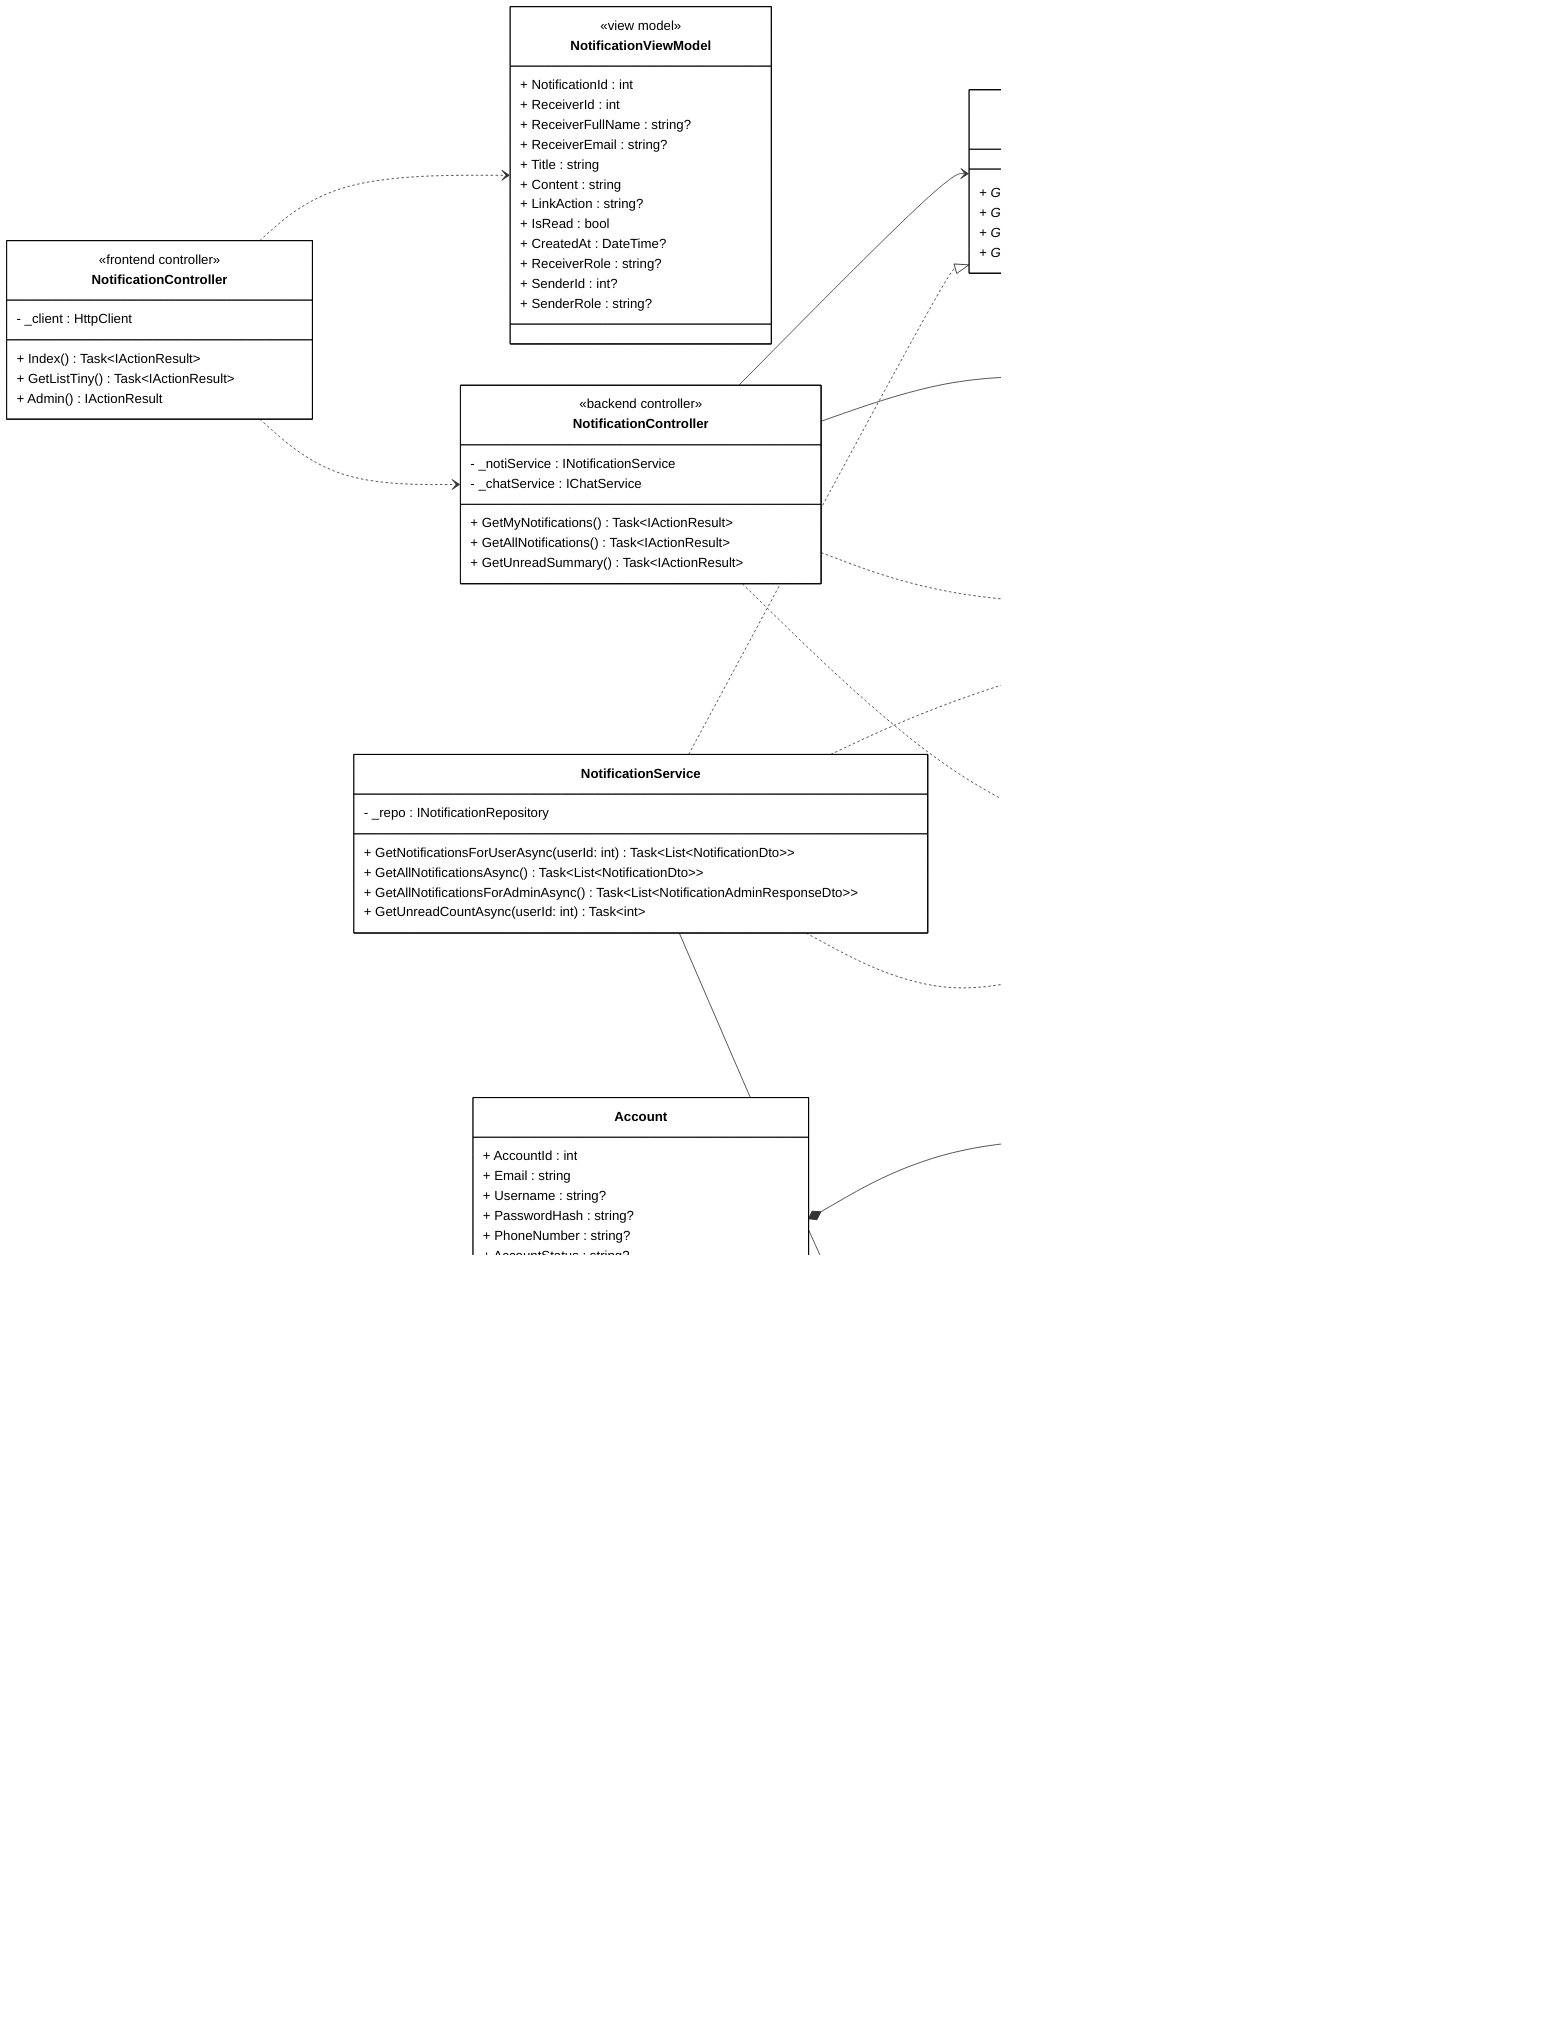
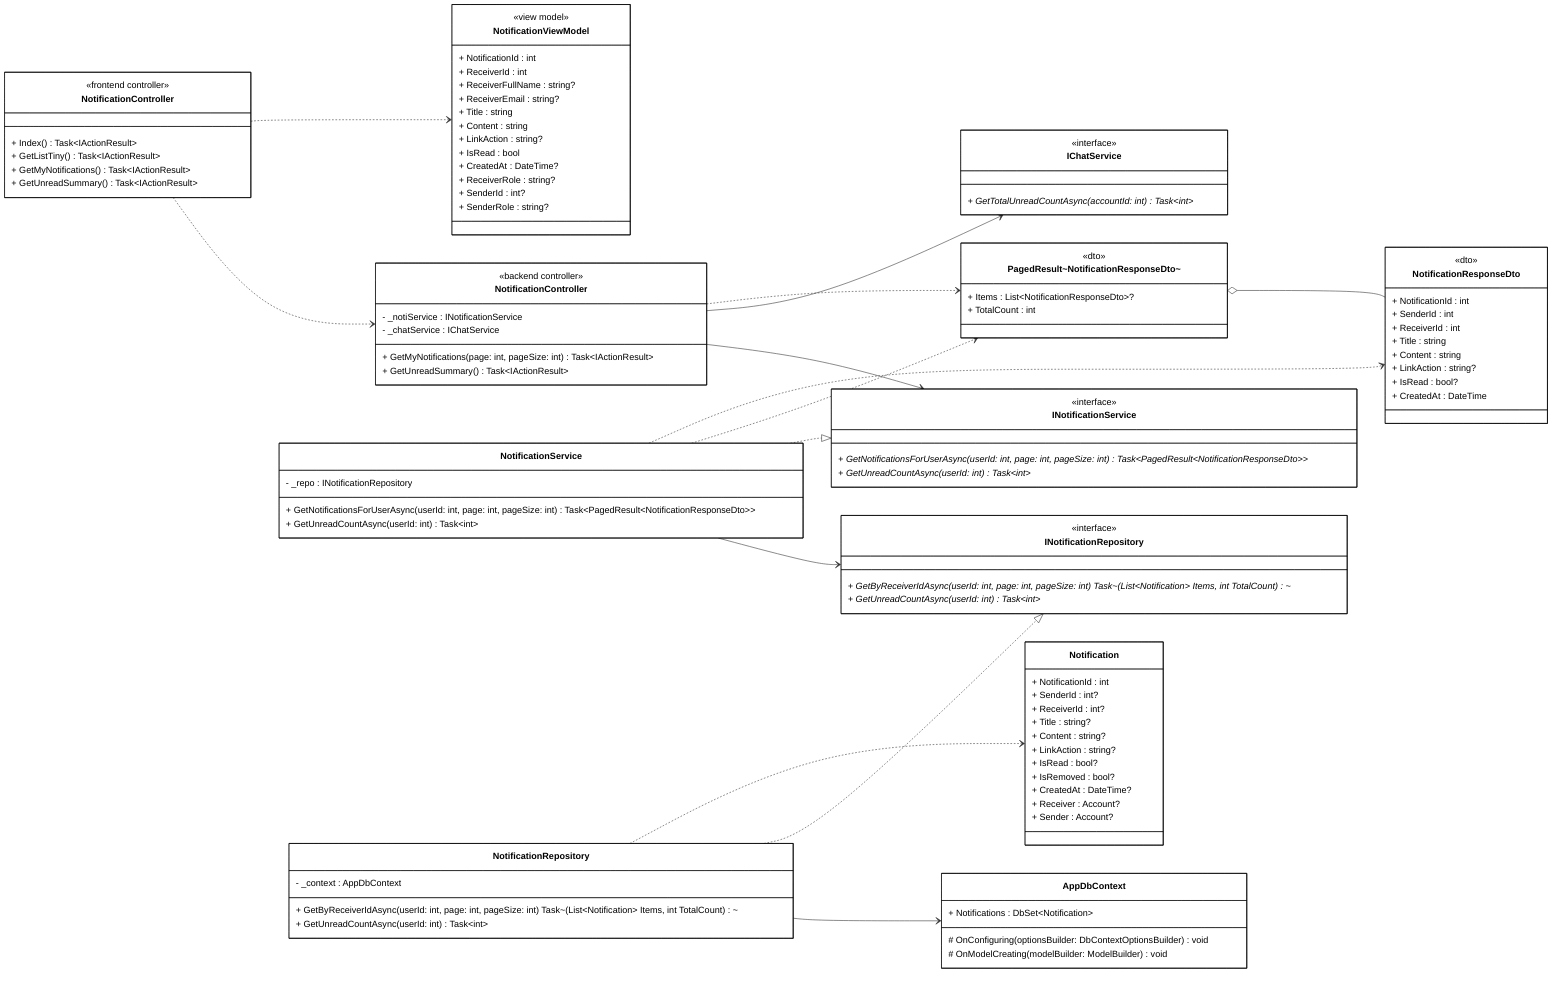
classDiagram
direction LR

%% ==================== FRONTEND ====================

class FrontendController["NotificationController"] {
    <<frontend controller>>
-     - _client : HttpClient
    + Index() Task~IActionResult~
    + GetListTiny() Task~IActionResult~
-     + Admin() IActionResult
+     + GetMyNotifications() Task~IActionResult~
+     + GetUnreadSummary() Task~IActionResult~
}

class NotificationViewModel {
    <<view model>>
    + NotificationId : int
    + ReceiverId : int
    + ReceiverFullName : string?
    + ReceiverEmail : string?
    + Title : string
    + Content : string
    + LinkAction : string?
    + IsRead : bool
    + CreatedAt : DateTime?
    + ReceiverRole : string?
    + SenderId : int?
    + SenderRole : string?
}

%% ==================== BACKEND - CONTROLLER ====================

class BackendController["NotificationController"] {
    <<backend controller>>
    - _notiService : INotificationService
    - _chatService : IChatService
-     + GetMyNotifications() Task~IActionResult~
-     + GetAllNotifications() Task~IActionResult~
+ 
+     + GetMyNotifications(page: int, pageSize: int) Task~IActionResult~
    + GetUnreadSummary() Task~IActionResult~
}

%% ==================== BACKEND - DTOs ====================

- class NotificationDto {
+ class NotificationResponseDto {
    <<dto>>
    + NotificationId : int
-     + SenderId : int?
-     + ReceiverId : int?
-     + Title : string?
-     + Content : string?
+     + SenderId : int
+     + ReceiverId : int
+     + Title : string
+     + Content : string
    + LinkAction : string?
    + IsRead : bool?
-     + CreatedAt : DateTime?
+     + CreatedAt : DateTime
}

- class NotificationAdminResponseDto {
+ class PagedResultNotificationResponseDto["PagedResult~NotificationResponseDto~"] {
    <<dto>>
-     + NotificationId : int
-     + Title : string?
-     + Content : string?
-     + IsRead : bool?
-     + CreatedAt : DateTime?
-     + ReceiverEmail : string?
-     + ReceiverFullName : string?
+     + Items : List~NotificationResponseDto~?
+     + TotalCount : int
}

%% ==================== BACKEND - DOMAIN ENTITIES ====================

class Notification {
    + NotificationId : int
    + SenderId : int?
    + ReceiverId : int?
    + Title : string?
    + Content : string?
    + LinkAction : string?
    + IsRead : bool?
    + IsRemoved : bool?
    + CreatedAt : DateTime?
    + Receiver : Account?
    + Sender : Account?
}

- class Account {
-     + AccountId : int
-     + Email : string
-     + Username : string?
-     + PasswordHash : string?
-     + PhoneNumber : string?
-     + AccountStatus : string?
-     + AccountFlagCount : int?
-     + AccountLastLoginAt : DateTime?
-     + AuthProvider : string?
-     + AvatarUrl : string?
-     + RefreshToken : string?
-     + RefreshTokenExpiryTime : DateTime?
-     + IsVerified : bool
-     + AccountCreatedAt : DateTime?
-     + AccountUpdatedAt : DateTime?
-     + User : User?
-     + NotificationReceivers : ICollection~Notification~
-     + NotificationSenders : ICollection~Notification~
- }
- 
- class User {
-     + UserId : int
-     + FullName : string
-     + Bio : string?
-     + DateOfBirth : DateOnly?
- }
- 
%% ==================== BACKEND - SERVICE INTERFACES ====================

class INotificationService {
    <<interface>>
-     + GetNotificationsForUserAsync(userId: int) Task~List~NotificationDto~~ *
-     + GetAllNotificationsForAdminAsync() Task~List~NotificationAdminResponseDto~~ *
-     + GetAllNotificationsAsync() Task~List~NotificationDto~~ *
+     + GetNotificationsForUserAsync(userId: int, page: int, pageSize: int) Task~PagedResult~NotificationResponseDto~~ *
    + GetUnreadCountAsync(userId: int) Task~int~ *
}

class IChatService {
    <<interface>>
    + GetTotalUnreadCountAsync(accountId: int) Task~int~ *
}

%% ==================== BACKEND - REPOSITORY INTERFACES ====================

class INotificationRepository {
    <<interface>>
-     + GetByReceiverIdAsync(userId: int) Task~List~Notification~~ *
-     + GetAllAsync() Task~List~Notification~~ *
+     + GetByReceiverIdAsync(userId: int, page: int, pageSize: int) Task~(List~Notification~ Items, int TotalCount)~ *
    + GetUnreadCountAsync(userId: int) Task~int~ *
-     + AutoCleanupAdminNotificationsAsync() Task *
}

%% ==================== BACKEND - SERVICE IMPLEMENTATION ====================

class NotificationService {
    - _repo : INotificationRepository
-     + GetNotificationsForUserAsync(userId: int) Task~List~NotificationDto~~
-     + GetAllNotificationsAsync() Task~List~NotificationDto~~
-     + GetAllNotificationsForAdminAsync() Task~List~NotificationAdminResponseDto~~
+ 
+     + GetNotificationsForUserAsync(userId: int, page: int, pageSize: int) Task~PagedResult~NotificationResponseDto~~
    + GetUnreadCountAsync(userId: int) Task~int~
}

%% ==================== BACKEND - REPOSITORY IMPLEMENTATION ====================

class NotificationRepository {
    - _context : AppDbContext
-     + GetByReceiverIdAsync(userId: int) Task~List~Notification~~
-     + GetAllAsync() Task~List~Notification~~
+ 
+     + GetByReceiverIdAsync(userId: int, page: int, pageSize: int) Task~(List~Notification~ Items, int TotalCount)~
    + GetUnreadCountAsync(userId: int) Task~int~
-     + AutoCleanupAdminNotificationsAsync() Task
}

%% ==================== BACKEND - DbContext ====================

class AppDbContext {
-     + Accounts : DbSet~Account~
    + Notifications : DbSet~Notification~
-     + Users : DbSet~User~

    # OnConfiguring(optionsBuilder: DbContextOptionsBuilder) void
    # OnModelCreating(modelBuilder: ModelBuilder) void
}

%% ==================== RELATIONSHIPS ====================

- %% === COMPOSITION (filled diamond) ===
- Account *-- User
- Account *-- Notification
+ %% === AGGREGATION (hollow diamond) ===
+ PagedResultNotificationResponseDto o-- NotificationResponseDto

%% === UNIDIRECTIONAL ASSOCIATION (solid arrow) ===
- FrontendController ..> BackendController
BackendController --> INotificationService
BackendController --> IChatService
NotificationService --> INotificationRepository
NotificationRepository --> AppDbContext

%% === INTERFACE REALIZATION ===
NotificationService ..|> INotificationService
NotificationRepository ..|> INotificationRepository

%% === DEPENDENCY (dashed arrows) ===
+ FrontendController ..> BackendController
FrontendController ..> NotificationViewModel
- BackendController ..> NotificationDto
- BackendController ..> NotificationAdminResponseDto
- NotificationService ..> NotificationDto
- NotificationService ..> NotificationAdminResponseDto
+ BackendController ..> PagedResultNotificationResponseDto
+ NotificationService ..> PagedResultNotificationResponseDto
+ NotificationService ..> NotificationResponseDto
NotificationRepository ..> Notification

%% ==================== STYLES ====================

classDef default fill:#FFFFFF,stroke:#000000,stroke-width:1px,color:#000000
+ 
+ %% ==================== LINKS ====================
+ click FrontendController href "file:///c:/Users/TRUONG%20HUNG/source/repos/Linked/CourseMarketplaceFE/CourseMarketplaceFE/Controllers/NotificationController.cs" "NotificationController.cs"
+ click NotificationViewModel href "file:///c:/Users/TRUONG%20HUNG/source/repos/Linked/CourseMarketplaceFE/CourseMarketplaceFE/Models/NotificationViewModel.cs" "NotificationViewModel.cs"
+ click BackendController href "file:///c:/Users/TRUONG%20HUNG/source/repos/Linked/CourseMarketplaceBE/CourseMarketplaceBE/Presentation/Controllers/NotificationController.cs" "NotificationController.cs"
+ click NotificationResponseDto href "file:///c:/Users/TRUONG%20HUNG/source/repos/Linked/CourseMarketplaceBE/CourseMarketplaceBE/Application/DTOs/NotificationDto.cs" "NotificationDto.cs"
+ click PagedResultNotificationResponseDto href "file:///c:/Users/TRUONG%20HUNG/source/repos/Linked/CourseMarketplaceBE/CourseMarketplaceBE/Application/DTOs/Common/PagedResult.cs" "PagedResult.cs"
+ click Notification href "file:///c:/Users/TRUONG%20HUNG/source/repos/Linked/CourseMarketplaceBE/CourseMarketplaceBE/Domain/Entities/Notification.cs" "Notification.cs"
+ click INotificationService href "file:///c:/Users/TRUONG%20HUNG/source/repos/Linked/CourseMarketplaceBE/CourseMarketplaceBE/Application/IServices/INotificationService.cs" "INotificationService.cs"
+ click IChatService href "file:///c:/Users/TRUONG%20HUNG/source/repos/Linked/CourseMarketplaceBE/CourseMarketplaceBE/Application/IServices/IChatService.cs" "IChatService.cs"
+ click INotificationRepository href "file:///c:/Users/TRUONG%20HUNG/source/repos/Linked/CourseMarketplaceBE/CourseMarketplaceBE/Domain/IRepositories/INotificationRepository.cs" "INotificationRepository.cs"
+ click NotificationService href "file:///c:/Users/TRUONG%20HUNG/source/repos/Linked/CourseMarketplaceBE/CourseMarketplaceBE/Application/Services/NotificationService.cs" "NotificationService.cs"
+ click NotificationRepository href "file:///c:/Users/TRUONG%20HUNG/source/repos/Linked/CourseMarketplaceBE/CourseMarketplaceBE/Infrastructure/Repositories/NotificationRepository.cs" "NotificationRepository.cs"
+ click AppDbContext href "file:///c:/Users/TRUONG%20HUNG/source/repos/Linked/CourseMarketplaceBE/CourseMarketplaceBE/Infrastructure/Data/AppDbContext.cs" "AppDbContext.cs"
